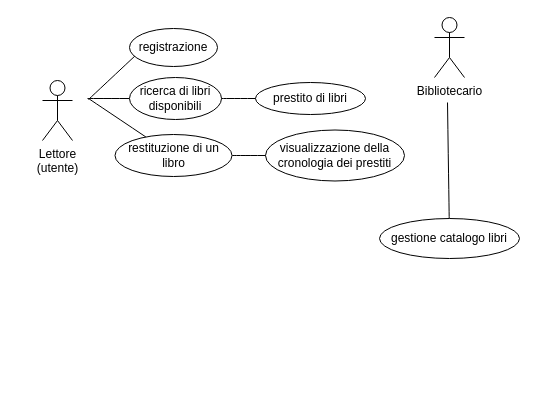
Above: src/Untitled Diagram.drawio in Kokozilla/progetto-alcol (draw.io), before the change. Source tidied: cells renumbered, new cells numbered last; positions are measured from the earlier drawing's top-left corner, leaving out a move shared by most shapes. Both pictures are drawn from the tidied source at 100%, with x=0, y=0 at pixel (42, 17).
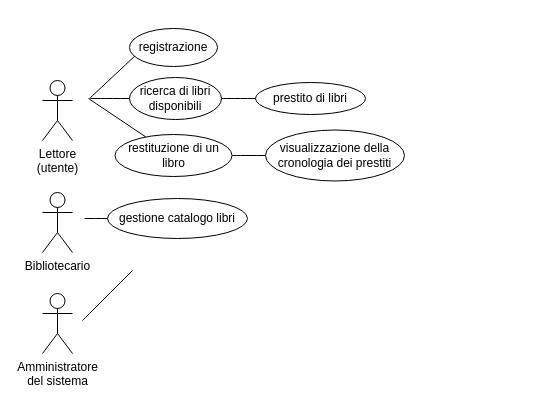
After the change.

Unchanged cells that the change refers to:
```xml
<mxCell id="6" value="ricerca di libri disponibili" style="ellipse;whiteSpace=wrap;html=1;" parent="1" vertex="1">
  <mxGeometry x="87" y="60" width="92" height="42" as="geometry" />
</mxCell>
```

What changed in the source:
```diff
@@
     <mxCell id="3" style="endArrow=none;html=1;rounded=0;fontSize=12;startSize=8;endSize=8;curved=1;" parent="1" edge="1">
       <mxGeometry relative="1" as="geometry">
-        <mxPoint x="46" y="82" as="sourcePoint" />
+        <mxPoint x="47" y="81" as="sourcePoint" />
         <mxPoint x="94" y="37" as="targetPoint" />
       </mxGeometry>
     </mxCell>
@@
     <mxCell id="5" style="endArrow=none;html=1;rounded=0;fontSize=12;startSize=8;endSize=8;curved=1;" parent="1" edge="1" target="6">
       <mxGeometry relative="1" as="geometry">
-        <mxPoint x="45" y="81" as="sourcePoint" />
+        <mxPoint x="48" y="81" as="sourcePoint" />
       </mxGeometry>
     </mxCell>
@@
     <mxCell id="11" value="gestione catalogo libri" style="ellipse;whiteSpace=wrap;html=1;" parent="1" vertex="1">
-      <mxGeometry x="337" y="201" width="140" height="40" as="geometry" />
+      <mxGeometry x="65" y="181" width="140" height="40" as="geometry" />
     </mxCell>
     <mxCell id="12" value="Bibliotecario" style="shape=umlActor;verticalLabelPosition=bottom;verticalAlign=top;html=1;" parent="1" vertex="1">
-      <mxGeometry x="392" width="30" height="60" as="geometry" />
+      <mxGeometry y="175" width="30" height="60" as="geometry" />
     </mxCell>
@@
-    <mxCell id="15" style="endArrow=none;html=1;rounded=0;fontSize=12;startSize=8;endSize=8;curved=1;" parent="1" edge="1" source="11">
+    <mxCell id="15" style="endArrow=none;html=1;rounded=0;fontSize=12;startSize=8;endSize=8;curved=1;exitX=0;exitY=0.5;exitDx=0;exitDy=0;" parent="1" edge="1" source="11">
       <mxGeometry relative="1" as="geometry">
-        <mxPoint x="405" y="85" as="targetPoint" />
+        <mxPoint x="42" y="201" as="targetPoint" />
       </mxGeometry>
     </mxCell>
+    <mxCell id="16" value="Amministratore&lt;div&gt;del sistema&lt;/div&gt;" style="shape=umlActor;verticalLabelPosition=bottom;verticalAlign=top;html=1;" parent="1" vertex="1">
+      <mxGeometry y="276" width="30" height="60" as="geometry" />
+    </mxCell>
+    <mxCell id="17" style="endArrow=none;html=1;rounded=0;fontSize=12;startSize=8;endSize=8;curved=1;" parent="1" edge="1">
+      <mxGeometry relative="1" as="geometry">
+        <mxPoint x="40" y="303" as="sourcePoint" />
+        <mxPoint x="90" y="253" as="targetPoint" />
+      </mxGeometry>
+    </mxCell>
```
